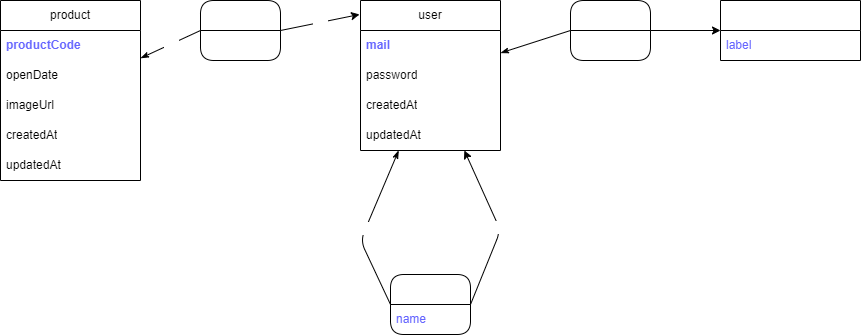
Above: docs/mcd.drawio.png in aviateur22/dlc (draw.io), before the change. Source tidied: cells renumbered, new cells last; positions are measured from the earlier drawing's top-left corner, leaving out a move shared by most shapes.
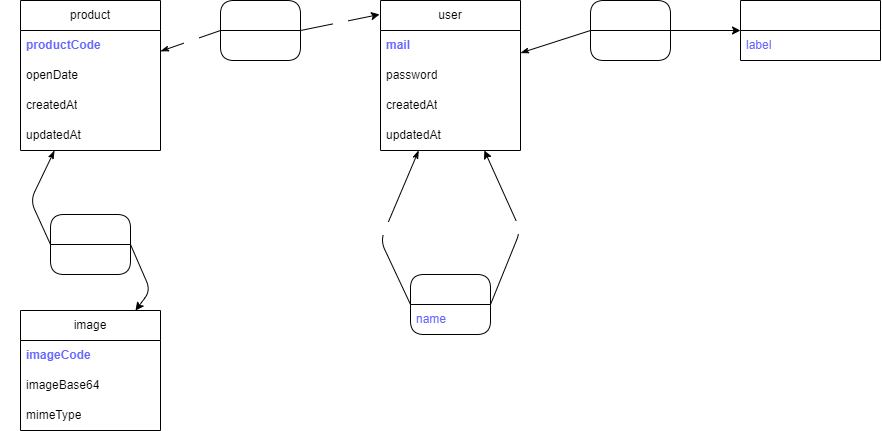
The same diagram one commit later.

The edit, as a diff of the source:
```diff
@@ -3,7 +3,7 @@
     <mxCell id="0" />
     <mxCell id="1" parent="0" />
     <mxCell id="2" value="product" style="swimlane;fontStyle=0;horizontal=1;startSize=30;whiteSpace=wrap;html=1;" parent="1" vertex="1">
-      <mxGeometry width="140" height="180" as="geometry" />
+      <mxGeometry width="140" height="150" as="geometry" />
     </mxCell>
     <mxCell id="3" value="&lt;b&gt;&lt;font color=&quot;#6666ff&quot;&gt;productCode&lt;/font&gt;&lt;/b&gt;" style="text;strokeColor=none;fillColor=none;align=left;verticalAlign=middle;spacingLeft=4;spacingRight=4;overflow=hidden;whiteSpace=wrap;html=1;" parent="2" vertex="1">
       <mxGeometry y="30" width="140" height="30" as="geometry" />
@@ -11,14 +11,11 @@
     <mxCell id="4" value="openDate" style="text;strokeColor=none;fillColor=none;align=left;verticalAlign=middle;spacingLeft=4;spacingRight=4;overflow=hidden;whiteSpace=wrap;html=1;" parent="2" vertex="1">
       <mxGeometry y="60" width="140" height="30" as="geometry" />
     </mxCell>
-    <mxCell id="5" value="imageUrl" style="text;strokeColor=none;fillColor=none;align=left;verticalAlign=middle;spacingLeft=4;spacingRight=4;overflow=hidden;whiteSpace=wrap;html=1;" parent="2" vertex="1">
-      <mxGeometry y="90" width="140" height="30" as="geometry" />
-    </mxCell>
     <mxCell id="6" value="createdAt" style="text;strokeColor=none;fillColor=none;align=left;verticalAlign=middle;spacingLeft=4;spacingRight=4;overflow=hidden;whiteSpace=wrap;html=1;" parent="2" vertex="1">
-      <mxGeometry y="120" width="140" height="30" as="geometry" />
+      <mxGeometry y="90" width="140" height="30" as="geometry" />
     </mxCell>
     <mxCell id="7" value="updatedAt" style="text;strokeColor=none;fillColor=none;align=left;verticalAlign=middle;spacingLeft=4;spacingRight=4;overflow=hidden;whiteSpace=wrap;html=1;" parent="2" vertex="1">
-      <mxGeometry y="150" width="140" height="30" as="geometry" />
+      <mxGeometry y="120" width="140" height="30" as="geometry" />
     </mxCell>
     <mxCell id="8" value="user" style="swimlane;fontStyle=0;horizontal=1;startSize=30;whiteSpace=wrap;html=1;" parent="1" vertex="1">
       <mxGeometry x="360" width="140" height="150" as="geometry" />
@@ -108,5 +105,45 @@
     <mxCell id="30" value="0,n" style="edgeLabel;html=1;align=center;verticalAlign=middle;rounded=1;fontColor=#FFFFFF;" parent="29" vertex="1">
       <mxGeometry relative="1" as="geometry" />
     </mxCell>
+    <mxCell id="31" value="image" style="swimlane;fontStyle=0;horizontal=1;startSize=30;whiteSpace=wrap;html=1;" parent="1" vertex="1">
+      <mxGeometry y="310" width="140" height="120" as="geometry" />
+    </mxCell>
+    <mxCell id="32" value="&lt;b&gt;&lt;font color=&quot;#6666ff&quot;&gt;imageCode&lt;/font&gt;&lt;/b&gt;" style="text;strokeColor=none;fillColor=none;align=left;verticalAlign=middle;spacingLeft=4;spacingRight=4;overflow=hidden;whiteSpace=wrap;html=1;" parent="31" vertex="1">
+      <mxGeometry y="30" width="140" height="30" as="geometry" />
+    </mxCell>
+    <mxCell id="33" value="imageBase64" style="text;strokeColor=none;fillColor=none;align=left;verticalAlign=middle;spacingLeft=4;spacingRight=4;overflow=hidden;whiteSpace=wrap;html=1;" parent="31" vertex="1">
+      <mxGeometry y="60" width="140" height="30" as="geometry" />
+    </mxCell>
+    <mxCell id="34" value="mimeType" style="text;strokeColor=none;fillColor=none;align=left;verticalAlign=middle;spacingLeft=4;spacingRight=4;overflow=hidden;whiteSpace=wrap;html=1;" parent="31" vertex="1">
+      <mxGeometry y="90" width="140" height="30" as="geometry" />
+    </mxCell>
+    <mxCell id="35" value="has" style="swimlane;fontStyle=0;horizontal=1;startSize=30;whiteSpace=wrap;html=1;fontColor=#FFFFFF;rounded=1;" parent="1" vertex="1">
+      <mxGeometry x="30" y="214" width="80" height="60" as="geometry" />
+    </mxCell>
+    <mxCell id="36" style="endArrow=classic;html=1;fontColor=#FFFFFF;" parent="35" edge="1" target="31">
+      <mxGeometry relative="1" as="geometry">
+        <mxPoint x="80" y="30" as="sourcePoint" />
+        <Array as="points">
+          <mxPoint x="100" y="76" />
+        </Array>
+      </mxGeometry>
+    </mxCell>
+    <mxCell id="37" value="1, 1" style="edgeLabel;html=1;align=center;verticalAlign=middle;rounded=1;fontColor=#FFFFFF;" parent="36" vertex="1">
+      <mxGeometry relative="1" as="geometry">
+        <mxPoint x="15" y="-5" as="offset" />
+      </mxGeometry>
+    </mxCell>
+    <mxCell id="38" style="endArrow=none;html=1;fontColor=#FFFFFF;startArrow=classicThin;startFill=1;endFill=0;entryX=0;entryY=0.5;entryDx=0;entryDy=0;" parent="1" edge="1" source="2" target="35">
+      <mxGeometry relative="1" as="geometry">
+        <Array as="points">
+          <mxPoint x="10" y="200" />
+        </Array>
+      </mxGeometry>
+    </mxCell>
+    <mxCell id="39" value="1,1" style="edgeLabel;html=1;align=center;verticalAlign=middle;rounded=1;fontColor=#FFFFFF;" parent="38" vertex="1">
+      <mxGeometry relative="1" as="geometry">
+        <mxPoint x="-25" y="2" as="offset" />
+      </mxGeometry>
+    </mxCell>
   </root>
 </mxGraphModel>
```
